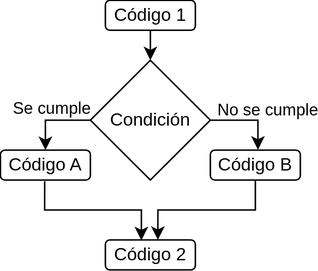
Before: img/introduccion_programacion/flujo_if_else.svg, a diagram exported from draw.io (yuki/my-books). Source tidied: cells renumbered, new cells last; positions are measured from the earlier drawing's top-left corner, leaving out a move shared by most shapes. Its diagram source:
```xml
<mxGraphModel>
  <root>
    <mxCell id="0" />
    <mxCell id="1" parent="0" />
    <mxCell id="2" style="edgeStyle=orthogonalEdgeStyle;rounded=0;jettySize=auto;html=1;entryX=0.529;entryY=-0.012;entryDx=0;entryDy=0;labelBackgroundColor=none;fontColor=default;exitX=1;exitY=0.5;exitDx=0;exitDy=0;entryPerimeter=0;" parent="1" edge="1" source="10" target="12">
      <mxGeometry relative="1" as="geometry" />
    </mxCell>
    <mxCell id="3" value="No se cumple" style="edgeLabel;html=1;align=center;verticalAlign=middle;labelBackgroundColor=none;" parent="2" vertex="1">
      <mxGeometry x="-0.21" y="-2" relative="1" as="geometry">
        <mxPoint x="17" y="-9" as="offset" />
      </mxGeometry>
    </mxCell>
    <mxCell id="4" style="edgeStyle=orthogonalEdgeStyle;rounded=0;orthogonalLoop=1;jettySize=auto;html=1;entryX=0.5;entryY=0;entryDx=0;entryDy=0;labelBackgroundColor=none;fontColor=default;" parent="1" edge="1">
      <mxGeometry relative="1" as="geometry">
        <mxPoint x="100" y="20" as="sourcePoint" />
        <mxPoint x="100" y="40" as="targetPoint" />
      </mxGeometry>
    </mxCell>
    <mxCell id="5" value="Código 2" style="rounded=1;whiteSpace=wrap;html=1;labelBackgroundColor=none;" parent="1" vertex="1">
      <mxGeometry x="70" y="160" width="60" height="20" as="geometry" />
    </mxCell>
    <mxCell id="6" style="edgeStyle=orthogonalEdgeStyle;rounded=0;jettySize=auto;html=1;exitX=0.492;exitY=1.037;exitDx=0;exitDy=0;labelBackgroundColor=none;fontColor=default;exitPerimeter=0;entryX=0.393;entryY=0.017;entryDx=0;entryDy=0;entryPerimeter=0;" parent="1" edge="1" source="11" target="5">
      <mxGeometry relative="1" as="geometry">
        <Array as="points">
          <mxPoint x="30" y="140" />
          <mxPoint x="94" y="140" />
          <mxPoint x="94" y="161" />
        </Array>
      </mxGeometry>
    </mxCell>
    <mxCell id="7" value="Código 1" style="rounded=1;whiteSpace=wrap;html=1;labelBackgroundColor=none;" parent="1" vertex="1">
      <mxGeometry x="70" width="60" height="20" as="geometry" />
    </mxCell>
    <mxCell id="8" style="edgeStyle=orthogonalEdgeStyle;rounded=0;jettySize=auto;html=1;entryX=0.5;entryY=0;entryDx=0;entryDy=0;exitX=0;exitY=0.5;exitDx=0;exitDy=0;" parent="1" edge="1" source="10" target="11">
      <mxGeometry relative="1" as="geometry" />
    </mxCell>
    <mxCell id="9" value="Se cumple" style="edgeLabel;html=1;align=center;verticalAlign=middle;points=[];" parent="8" vertex="1">
      <mxGeometry x="-0.29" y="2" relative="1" as="geometry">
        <mxPoint x="-9" y="-10" as="offset" />
      </mxGeometry>
    </mxCell>
    <mxCell id="10" value="Condición" style="rhombus;whiteSpace=wrap;html=1;labelBackgroundColor=none;" parent="1" vertex="1">
      <mxGeometry x="60" y="40" width="80" height="80" as="geometry" />
    </mxCell>
    <mxCell id="11" value="Código A" style="rounded=1;whiteSpace=wrap;html=1;labelBackgroundColor=none;" parent="1" vertex="1">
      <mxGeometry y="100" width="60" height="20" as="geometry" />
    </mxCell>
    <mxCell id="12" value="Código B" style="rounded=1;whiteSpace=wrap;html=1;labelBackgroundColor=none;" parent="1" vertex="1">
      <mxGeometry x="140" y="100" width="60" height="20" as="geometry" />
    </mxCell>
    <mxCell id="13" style="edgeStyle=orthogonalEdgeStyle;rounded=0;jettySize=auto;html=1;entryX=0.583;entryY=0;entryDx=0;entryDy=0;entryPerimeter=0;" parent="1" edge="1" source="12" target="5">
      <mxGeometry relative="1" as="geometry">
        <Array as="points">
          <mxPoint x="170" y="140" />
          <mxPoint x="105" y="140" />
        </Array>
      </mxGeometry>
    </mxCell>
  </root>
</mxGraphModel>
```
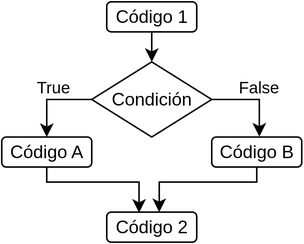
After the change.

The edit, as a diff of the source:
```diff
@@ -2,12 +2,12 @@
   <root>
     <mxCell id="0" />
     <mxCell id="1" parent="0" />
-    <mxCell id="2" style="edgeStyle=orthogonalEdgeStyle;rounded=0;jettySize=auto;html=1;entryX=0.529;entryY=-0.012;entryDx=0;entryDy=0;labelBackgroundColor=none;fontColor=default;exitX=1;exitY=0.5;exitDx=0;exitDy=0;entryPerimeter=0;" parent="1" edge="1" source="10" target="12">
+    <mxCell id="2" style="edgeStyle=orthogonalEdgeStyle;rounded=0;jettySize=auto;html=1;entryX=0.529;entryY=-0.012;entryDx=0;entryDy=0;labelBackgroundColor=none;fontColor=default;exitX=1;exitY=0.5;exitDx=0;exitDy=0;entryPerimeter=0;" parent="1" edge="1" source="9" target="11">
       <mxGeometry relative="1" as="geometry" />
     </mxCell>
-    <mxCell id="3" value="No se cumple" style="edgeLabel;html=1;align=center;verticalAlign=middle;labelBackgroundColor=none;" parent="2" vertex="1">
+    <mxCell id="3" value="False" style="edgeLabel;html=1;align=center;verticalAlign=middle;labelBackgroundColor=none;" parent="2" vertex="1">
       <mxGeometry x="-0.21" y="-2" relative="1" as="geometry">
-        <mxPoint x="17" y="-9" as="offset" />
+        <mxPoint x="8" y="-10" as="offset" />
       </mxGeometry>
     </mxCell>
     <mxCell id="4" style="edgeStyle=orthogonalEdgeStyle;rounded=0;orthogonalLoop=1;jettySize=auto;html=1;entryX=0.5;entryY=0;entryDx=0;entryDy=0;labelBackgroundColor=none;fontColor=default;" parent="1" edge="1">
@@ -17,42 +17,41 @@
       </mxGeometry>
     </mxCell>
     <mxCell id="5" value="Código 2" style="rounded=1;whiteSpace=wrap;html=1;labelBackgroundColor=none;" parent="1" vertex="1">
-      <mxGeometry x="70" y="160" width="60" height="20" as="geometry" />
+      <mxGeometry x="70" y="140" width="60" height="20" as="geometry" />
     </mxCell>
-    <mxCell id="6" style="edgeStyle=orthogonalEdgeStyle;rounded=0;jettySize=auto;html=1;exitX=0.492;exitY=1.037;exitDx=0;exitDy=0;labelBackgroundColor=none;fontColor=default;exitPerimeter=0;entryX=0.393;entryY=0.017;entryDx=0;entryDy=0;entryPerimeter=0;" parent="1" edge="1" source="11" target="5">
-      <mxGeometry relative="1" as="geometry">
-        <Array as="points">
-          <mxPoint x="30" y="140" />
-          <mxPoint x="94" y="140" />
-          <mxPoint x="94" y="161" />
-        </Array>
-      </mxGeometry>
+    <mxCell id="6" value="Código 1" style="rounded=1;whiteSpace=wrap;html=1;labelBackgroundColor=none;" parent="1" vertex="1">
+      <mxGeometry x="70" width="60" height="20" as="geometry" />
     </mxCell>
-    <mxCell id="7" value="Código 1" style="rounded=1;whiteSpace=wrap;html=1;labelBackgroundColor=none;" parent="1" vertex="1">
-      <mxGeometry x="70" width="60" height="20" as="geometry" />
+    <mxCell id="7" style="edgeStyle=orthogonalEdgeStyle;rounded=0;jettySize=auto;html=1;entryX=0.5;entryY=0;entryDx=0;entryDy=0;exitX=0;exitY=0.5;exitDx=0;exitDy=0;" parent="1" edge="1" source="9" target="10">
+      <mxGeometry relative="1" as="geometry" />
     </mxCell>
-    <mxCell id="8" style="edgeStyle=orthogonalEdgeStyle;rounded=0;jettySize=auto;html=1;entryX=0.5;entryY=0;entryDx=0;entryDy=0;exitX=0;exitY=0.5;exitDx=0;exitDy=0;" parent="1" edge="1" source="10" target="11">
-      <mxGeometry relative="1" as="geometry" />
+    <mxCell id="8" value="True" style="edgeLabel;html=1;align=center;verticalAlign=middle;labelBackgroundColor=none;" parent="7" vertex="1">
+      <mxGeometry x="-0.29" y="2" relative="1" as="geometry">
+        <mxPoint x="-7" y="-10" as="offset" />
+      </mxGeometry>
     </mxCell>
-    <mxCell id="9" value="Se cumple" style="edgeLabel;html=1;align=center;verticalAlign=middle;points=[];" parent="8" vertex="1">
-      <mxGeometry x="-0.29" y="2" relative="1" as="geometry">
-        <mxPoint x="-9" y="-10" as="offset" />
-      </mxGeometry>
+    <mxCell id="9" value="Condición" style="rhombus;whiteSpace=wrap;html=1;labelBackgroundColor=none;" parent="1" vertex="1">
+      <mxGeometry x="60" y="40" width="80" height="50" as="geometry" />
     </mxCell>
-    <mxCell id="10" value="Condición" style="rhombus;whiteSpace=wrap;html=1;labelBackgroundColor=none;" parent="1" vertex="1">
-      <mxGeometry x="60" y="40" width="80" height="80" as="geometry" />
+    <mxCell id="10" value="Código A" style="rounded=1;whiteSpace=wrap;html=1;labelBackgroundColor=none;" parent="1" vertex="1">
+      <mxGeometry y="90" width="60" height="20" as="geometry" />
     </mxCell>
-    <mxCell id="11" value="Código A" style="rounded=1;whiteSpace=wrap;html=1;labelBackgroundColor=none;" parent="1" vertex="1">
-      <mxGeometry y="100" width="60" height="20" as="geometry" />
+    <mxCell id="11" value="Código B" style="rounded=1;whiteSpace=wrap;html=1;labelBackgroundColor=none;" parent="1" vertex="1">
+      <mxGeometry x="140" y="90" width="60" height="20" as="geometry" />
     </mxCell>
-    <mxCell id="12" value="Código B" style="rounded=1;whiteSpace=wrap;html=1;labelBackgroundColor=none;" parent="1" vertex="1">
-      <mxGeometry x="140" y="100" width="60" height="20" as="geometry" />
+    <mxCell id="12" style="edgeStyle=orthogonalEdgeStyle;rounded=0;jettySize=auto;html=1;entryX=0.583;entryY=0;entryDx=0;entryDy=0;entryPerimeter=0;" parent="1" edge="1" source="11" target="5">
+      <mxGeometry relative="1" as="geometry">
+        <Array as="points">
+          <mxPoint x="170" y="120" />
+          <mxPoint x="105" y="120" />
+        </Array>
+      </mxGeometry>
     </mxCell>
-    <mxCell id="13" style="edgeStyle=orthogonalEdgeStyle;rounded=0;jettySize=auto;html=1;entryX=0.583;entryY=0;entryDx=0;entryDy=0;entryPerimeter=0;" parent="1" edge="1" source="12" target="5">
+    <mxCell id="13" style="edgeStyle=orthogonalEdgeStyle;rounded=0;jettySize=auto;html=1;entryX=0.359;entryY=0.022;entryDx=0;entryDy=0;entryPerimeter=0;" parent="1" edge="1" source="10" target="5">
       <mxGeometry relative="1" as="geometry">
         <Array as="points">
-          <mxPoint x="170" y="140" />
-          <mxPoint x="105" y="140" />
+          <mxPoint x="30" y="120" />
+          <mxPoint x="92" y="120" />
         </Array>
       </mxGeometry>
     </mxCell>
```
